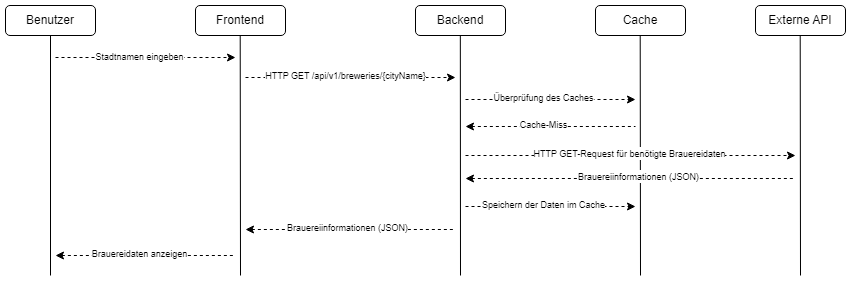
This is doc/images/Laufzeitdiagramm_Szenario2.drawio.png from Okanx68/sqs-project, a draw.io export, as it was before one commit. Source tidied: cells renumbered, new cells last; positions are measured from the earlier drawing's top-left corner, leaving out a move shared by most shapes. Source of this version:
```xml
<mxGraphModel>
  <root>
    <mxCell id="0" />
    <mxCell id="1" parent="0" />
    <mxCell id="2" value="Benutzer" style="rounded=1;whiteSpace=wrap;html=1;" parent="1" vertex="1">
      <mxGeometry width="90" height="30" as="geometry" />
    </mxCell>
    <mxCell id="3" value="Frontend" style="rounded=1;whiteSpace=wrap;html=1;" parent="1" vertex="1">
      <mxGeometry x="190" width="90" height="30" as="geometry" />
    </mxCell>
    <mxCell id="4" value="Backend" style="rounded=1;whiteSpace=wrap;html=1;" parent="1" vertex="1">
      <mxGeometry x="410" width="90" height="30" as="geometry" />
    </mxCell>
    <mxCell id="5" value="Cache" style="rounded=1;whiteSpace=wrap;html=1;" parent="1" vertex="1">
      <mxGeometry x="590" width="90" height="30" as="geometry" />
    </mxCell>
    <mxCell id="6" style="endArrow=none;html=1;rounded=0;entryX=0.5;entryY=1;entryDx=0;entryDy=0;" parent="1" edge="1" target="2">
      <mxGeometry relative="1" as="geometry">
        <mxPoint x="45" y="270" as="sourcePoint" />
      </mxGeometry>
    </mxCell>
    <mxCell id="7" style="endArrow=none;html=1;rounded=0;entryX=0.5;entryY=1;entryDx=0;entryDy=0;" parent="1" edge="1">
      <mxGeometry relative="1" as="geometry">
        <mxPoint x="235" y="270" as="sourcePoint" />
        <mxPoint x="234.7" y="30" as="targetPoint" />
      </mxGeometry>
    </mxCell>
    <mxCell id="8" style="endArrow=classic;html=1;rounded=0;dashed=1;" parent="1" edge="1">
      <mxGeometry relative="1" as="geometry">
        <mxPoint x="50" y="52" as="sourcePoint" />
        <mxPoint x="230" y="52" as="targetPoint" />
      </mxGeometry>
    </mxCell>
    <mxCell id="9" value="&lt;font style=&quot;font-size: 9px;&quot;&gt;Stadtnamen eingeben&lt;/font&gt;" style="edgeLabel;html=1;align=center;verticalAlign=middle;" parent="8" vertex="1">
      <mxGeometry x="0.19" relative="1" as="geometry">
        <mxPoint x="-23" y="-1" as="offset" />
      </mxGeometry>
    </mxCell>
    <mxCell id="10" style="endArrow=classic;html=1;rounded=0;dashed=1;" parent="1" edge="1">
      <mxGeometry relative="1" as="geometry">
        <mxPoint x="240" y="72" as="sourcePoint" />
        <mxPoint x="450" y="72" as="targetPoint" />
      </mxGeometry>
    </mxCell>
    <mxCell id="11" value="&lt;font style=&quot;font-size: 9px;&quot;&gt;HTTP GET /api/v1/breweries/{cityName}&lt;/font&gt;" style="edgeLabel;html=1;align=center;verticalAlign=middle;" parent="10" vertex="1">
      <mxGeometry x="0.19" relative="1" as="geometry">
        <mxPoint x="-25" y="-2" as="offset" />
      </mxGeometry>
    </mxCell>
    <mxCell id="12" style="endArrow=none;html=1;rounded=0;entryX=0.5;entryY=1;entryDx=0;entryDy=0;" parent="1" edge="1">
      <mxGeometry relative="1" as="geometry">
        <mxPoint x="455" y="270" as="sourcePoint" />
        <mxPoint x="454.8" y="30" as="targetPoint" />
      </mxGeometry>
    </mxCell>
    <mxCell id="13" style="endArrow=none;html=1;rounded=0;entryX=0.5;entryY=1;entryDx=0;entryDy=0;" parent="1" edge="1">
      <mxGeometry relative="1" as="geometry">
        <mxPoint x="635" y="270" as="sourcePoint" />
        <mxPoint x="634.7" y="30" as="targetPoint" />
      </mxGeometry>
    </mxCell>
    <mxCell id="14" style="endArrow=classic;html=1;rounded=0;dashed=1;" parent="1" edge="1">
      <mxGeometry relative="1" as="geometry">
        <mxPoint x="460" y="94" as="sourcePoint" />
        <mxPoint x="630" y="94" as="targetPoint" />
      </mxGeometry>
    </mxCell>
    <mxCell id="15" value="&lt;font style=&quot;font-size: 9px;&quot;&gt;Überprüfung des Caches&lt;/font&gt;" style="edgeLabel;html=1;align=center;verticalAlign=middle;" parent="14" vertex="1">
      <mxGeometry x="0.19" relative="1" as="geometry">
        <mxPoint x="-23" y="-2" as="offset" />
      </mxGeometry>
    </mxCell>
    <mxCell id="16" style="endArrow=none;html=1;rounded=0;dashed=1;startArrow=classic;startFill=1;endFill=0;" parent="1" edge="1">
      <mxGeometry relative="1" as="geometry">
        <mxPoint x="460" y="121" as="sourcePoint" />
        <mxPoint x="630" y="121" as="targetPoint" />
      </mxGeometry>
    </mxCell>
    <mxCell id="17" value="&lt;font style=&quot;font-size: 9px;&quot;&gt;Cache-Miss&lt;/font&gt;" style="edgeLabel;html=1;align=center;verticalAlign=middle;" parent="16" vertex="1">
      <mxGeometry x="0.19" relative="1" as="geometry">
        <mxPoint x="-23" y="-2" as="offset" />
      </mxGeometry>
    </mxCell>
    <mxCell id="18" style="endArrow=none;html=1;rounded=0;dashed=1;startArrow=classic;startFill=1;endFill=0;" parent="1" edge="1">
      <mxGeometry relative="1" as="geometry">
        <mxPoint x="240" y="224" as="sourcePoint" />
        <mxPoint x="450" y="224" as="targetPoint" />
      </mxGeometry>
    </mxCell>
    <mxCell id="19" value="&lt;font style=&quot;font-size: 9px;&quot;&gt;Brauereiinformationen (JSON)&lt;/font&gt;" style="edgeLabel;html=1;align=center;verticalAlign=middle;" parent="18" vertex="1">
      <mxGeometry x="0.19" relative="1" as="geometry">
        <mxPoint x="-23" y="-2" as="offset" />
      </mxGeometry>
    </mxCell>
    <mxCell id="20" style="endArrow=none;html=1;rounded=0;dashed=1;startArrow=classic;startFill=1;endFill=0;" parent="1" edge="1">
      <mxGeometry relative="1" as="geometry">
        <mxPoint x="50" y="250" as="sourcePoint" />
        <mxPoint x="230" y="250" as="targetPoint" />
      </mxGeometry>
    </mxCell>
    <mxCell id="21" value="&lt;font style=&quot;font-size: 9px;&quot;&gt;Brauereidaten anzeigen&lt;/font&gt;" style="edgeLabel;html=1;align=center;verticalAlign=middle;" parent="20" vertex="1">
      <mxGeometry x="0.19" relative="1" as="geometry">
        <mxPoint x="-23" y="-2" as="offset" />
      </mxGeometry>
    </mxCell>
    <mxCell id="22" value="Externe API" style="rounded=1;whiteSpace=wrap;html=1;" parent="1" vertex="1">
      <mxGeometry x="750" width="90" height="30" as="geometry" />
    </mxCell>
    <mxCell id="23" style="endArrow=classic;html=1;rounded=0;dashed=1;" parent="1" edge="1">
      <mxGeometry relative="1" as="geometry">
        <mxPoint x="460" y="150" as="sourcePoint" />
        <mxPoint x="790" y="150" as="targetPoint" />
      </mxGeometry>
    </mxCell>
    <mxCell id="24" value="&lt;font style=&quot;font-size: 9px;&quot;&gt;HTTP GET-Request für benötigte Brauereidaten&lt;/font&gt;" style="edgeLabel;html=1;align=center;verticalAlign=middle;" parent="23" vertex="1">
      <mxGeometry x="0.19" relative="1" as="geometry">
        <mxPoint x="-32" y="-2" as="offset" />
      </mxGeometry>
    </mxCell>
    <mxCell id="25" style="endArrow=none;html=1;rounded=0;entryX=0.5;entryY=1;entryDx=0;entryDy=0;" parent="1" edge="1">
      <mxGeometry relative="1" as="geometry">
        <mxPoint x="795" y="270" as="sourcePoint" />
        <mxPoint x="794.7" y="30" as="targetPoint" />
      </mxGeometry>
    </mxCell>
    <mxCell id="26" style="endArrow=none;html=1;rounded=0;dashed=1;startArrow=classic;startFill=1;endFill=0;" parent="1" edge="1">
      <mxGeometry relative="1" as="geometry">
        <mxPoint x="460" y="173" as="sourcePoint" />
        <mxPoint x="790" y="173" as="targetPoint" />
      </mxGeometry>
    </mxCell>
    <mxCell id="27" value="&lt;font style=&quot;font-size: 9px;&quot;&gt;Brauereiinformationen (JSON)&lt;/font&gt;" style="edgeLabel;html=1;align=center;verticalAlign=middle;" parent="26" vertex="1">
      <mxGeometry x="0.19" relative="1" as="geometry">
        <mxPoint x="-23" y="-2" as="offset" />
      </mxGeometry>
    </mxCell>
    <mxCell id="28" style="endArrow=classic;html=1;rounded=0;dashed=1;" parent="1" edge="1">
      <mxGeometry relative="1" as="geometry">
        <mxPoint x="460" y="201" as="sourcePoint" />
        <mxPoint x="630" y="201" as="targetPoint" />
      </mxGeometry>
    </mxCell>
    <mxCell id="29" value="&lt;font style=&quot;font-size: 9px;&quot;&gt;Speichern der Daten im Cache&lt;/font&gt;" style="edgeLabel;html=1;align=center;verticalAlign=middle;" parent="28" vertex="1">
      <mxGeometry x="0.19" relative="1" as="geometry">
        <mxPoint x="-23" y="-2" as="offset" />
      </mxGeometry>
    </mxCell>
  </root>
</mxGraphModel>
```
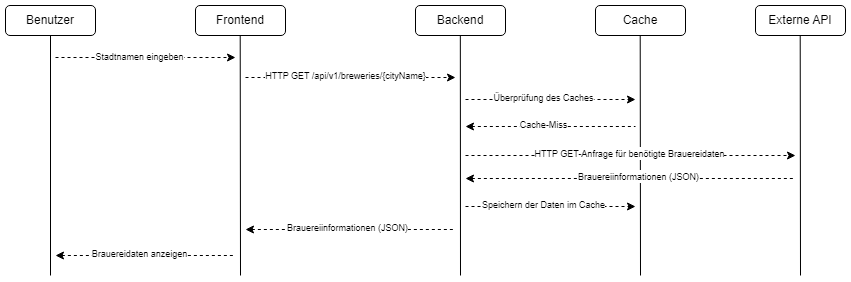
The same diagram one commit later.

Diff of the diagram source:
```diff
@@ -112,7 +112,7 @@
         <mxPoint x="790" y="150" as="targetPoint" />
       </mxGeometry>
     </mxCell>
-    <mxCell id="24" value="&lt;font style=&quot;font-size: 9px;&quot;&gt;HTTP GET-Request für benötigte Brauereidaten&lt;/font&gt;" style="edgeLabel;html=1;align=center;verticalAlign=middle;" parent="23" vertex="1">
+    <mxCell id="24" value="&lt;font style=&quot;font-size: 9px;&quot;&gt;HTTP GET-Anfrage für benötigte Brauereidaten&lt;/font&gt;" style="edgeLabel;html=1;align=center;verticalAlign=middle;" parent="23" vertex="1">
       <mxGeometry x="0.19" relative="1" as="geometry">
         <mxPoint x="-32" y="-2" as="offset" />
       </mxGeometry>
```
